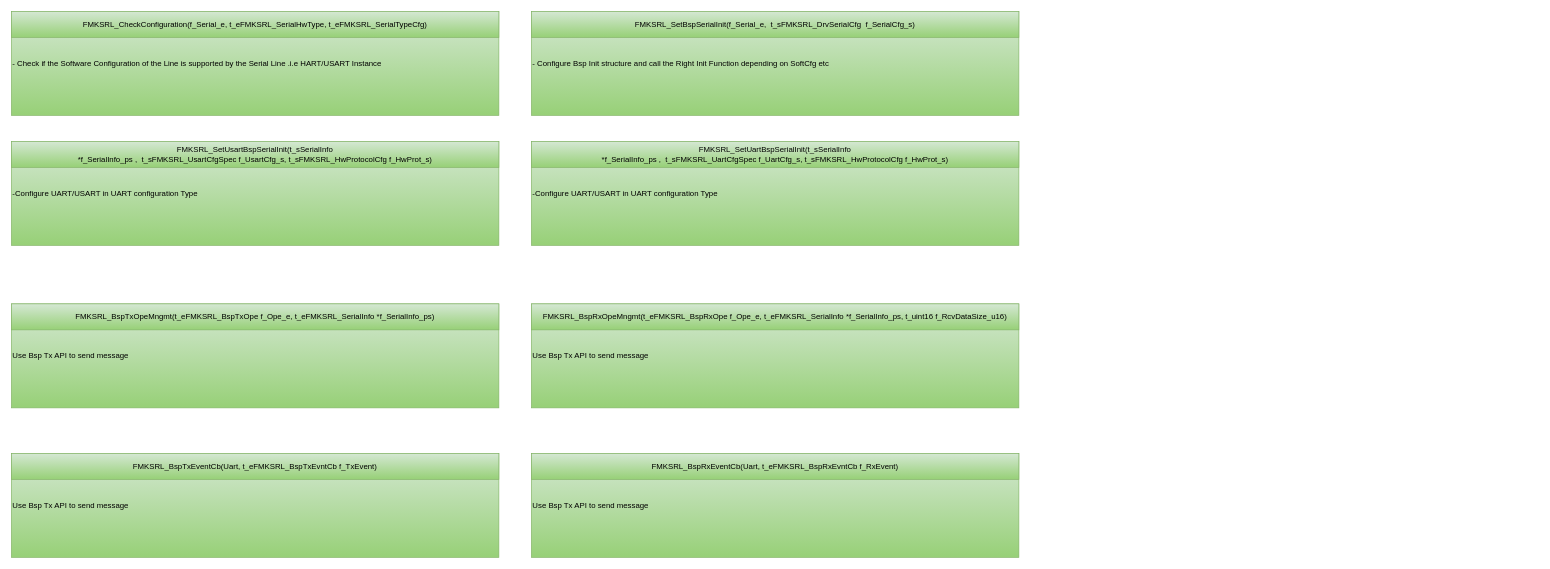
mbarbeau0545/PickersRobotPOC keeps this draw.io diagram as page "sAPI" (3 of 15) of src/1_FMK/FMK_HAL/FMK_SRL/Doc/Design/SerialDesign.drawio. Above is the earlier version. Source tidied: cells renumbered, new cells numbered last; positions are measured from the earlier drawing's top-left corner, leaving out a move shared by most shapes. Both pictures are drawn from the tidied source at 65%, with x=0, y=0 at pixel (11, 11).
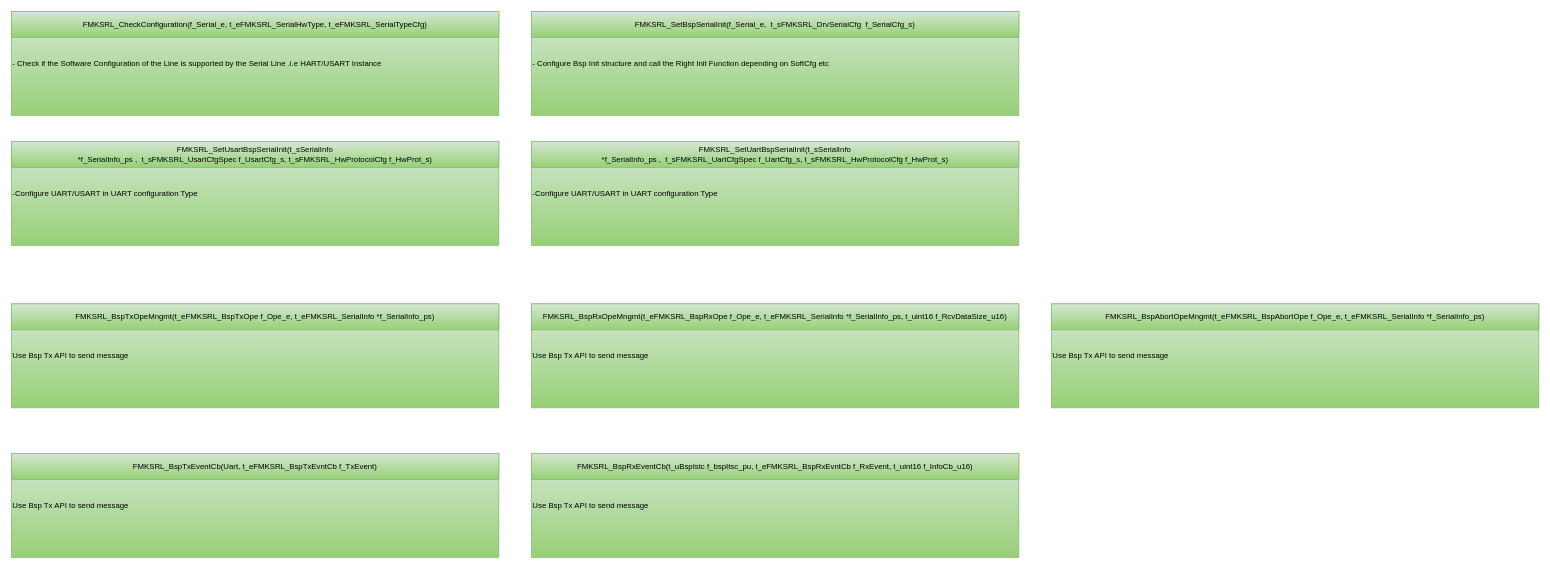
The same diagram, later.

Unchanged cells that the change refers to:
```xml
<mxCell id="23" style="group;fontSize=12;" parent="1" vertex="1">
  <mxGeometry x="800" y="680" width="750" height="160" as="geometry" />
</mxCell>
```

Change to the diagram source:
```diff
@@
-    <mxCell id="25" value="FMKSRL_BspRxEventCb(Uart, t_eFMKSRL_BspRxEvntCb f_RxEvent)" style="rounded=0;whiteSpace=wrap;html=1;fillColor=#d5e8d4;gradientColor=#97d077;strokeColor=#82b366;fontColor=#000000;fontSize=12;" parent="23" vertex="1">
+    <mxCell id="25" value="FMKSRL_BspRxEventCb(t_uBspIstc f_bspItsc_pu, t_eFMKSRL_BspRxEvntCb f_RxEvent, t_uint16 f_InfoCb_u16)" style="rounded=0;whiteSpace=wrap;html=1;fillColor=#d5e8d4;gradientColor=#97d077;strokeColor=#82b366;fontColor=#000000;fontSize=12;" parent="23" vertex="1">
       <mxGeometry width="750" height="40" as="geometry" />
     </mxCell>
+    <mxCell id="26" style="group;fontSize=12;" parent="1" vertex="1">
+      <mxGeometry x="1600" y="450" width="750" height="160" as="geometry" />
+    </mxCell>
+    <mxCell id="27" value="&lt;div style=&quot;font-size: 12px;&quot;&gt;&lt;div style=&quot;font-size: 12px;&quot;&gt;&lt;span style=&quot;text-wrap: nowrap;&quot;&gt;Use Bsp Tx API to send message&lt;/span&gt;&lt;/div&gt;&lt;/div&gt;" style="rounded=0;whiteSpace=wrap;html=1;fillColor=#d5e8d4;gradientColor=#97d077;strokeColor=#82b366;fontColor=#000000;align=left;fontSize=12;" parent="26" vertex="1">
+      <mxGeometry width="750" height="160" as="geometry" />
+    </mxCell>
+    <mxCell id="28" value="FMKSRL_BspAbortOpeMngmt(t_eFMKSRL_BspAbortOpe f_Ope_e, t_eFMKSRL_SerialInfo *f_SerialInfo_ps)" style="rounded=0;whiteSpace=wrap;html=1;fillColor=#d5e8d4;gradientColor=#97d077;strokeColor=#82b366;fontColor=#000000;fontSize=12;" parent="26" vertex="1">
+      <mxGeometry width="750" height="40" as="geometry" />
+    </mxCell>
```
